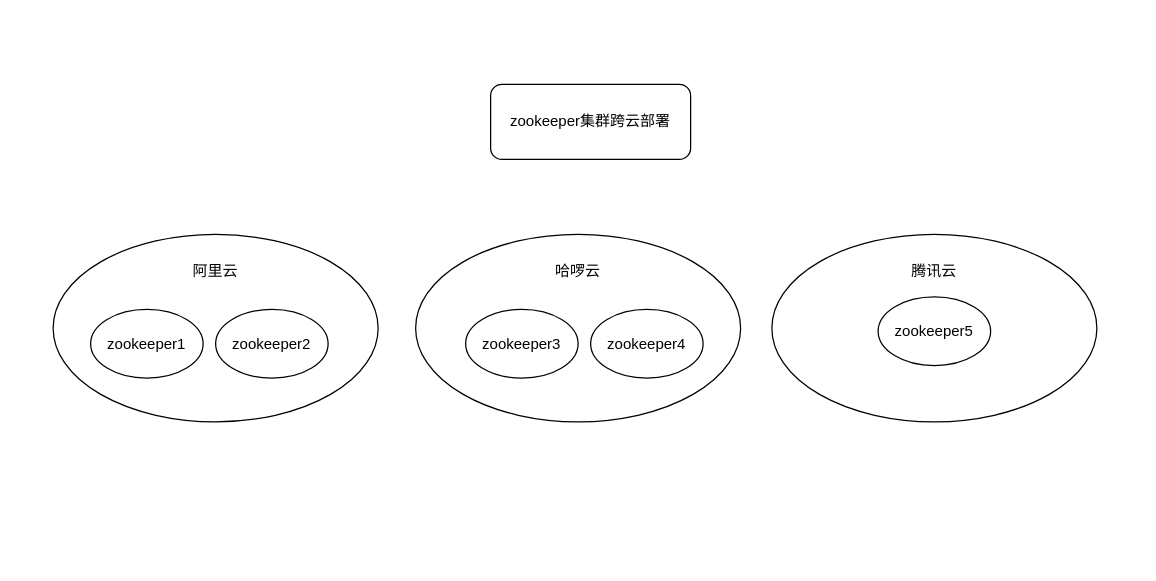
This is 单注册中心多活.drawio from yongliangcode/diagram, a draw.io file, before an edit. Source tidied: cells renumbered, new cells numbered last; positions are measured from the earlier drawing's top-left corner, leaving out a move shared by most shapes. Both pictures are drawn from the tidied source at 125%, with x=0, y=0 at pixel (52, 84).
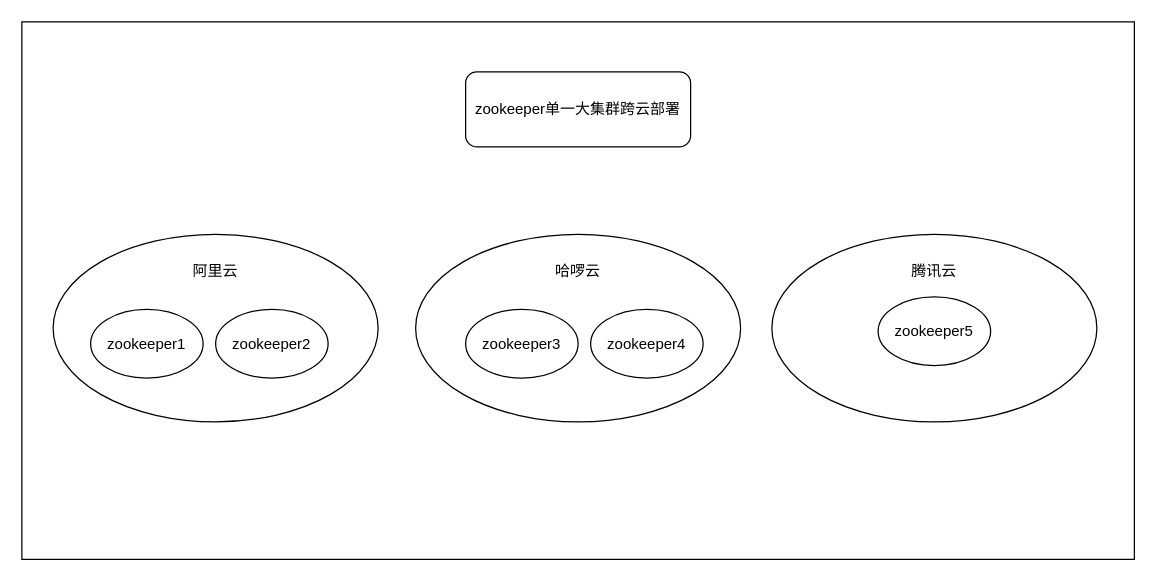
The same page after the edit.

Commit message:
Update 单注册中心多活.drawio

Diff of the diagram source:
```diff
@@
 <mxGraphModel>
   <root>
     <mxCell id="0" />
     <mxCell id="1" parent="0" />
+    <mxCell id="14" style="rounded=0;whiteSpace=wrap;html=1;" parent="1" vertex="1">
+      <mxGeometry x="-25" y="-50" width="890" height="430" as="geometry" />
+    </mxCell>
     <mxCell id="2" style="ellipse;whiteSpace=wrap;html=1;" parent="1" vertex="1">
       <mxGeometry y="120" width="260" height="150" as="geometry" />
     </mxCell>
     <mxCell id="3" value="zookeeper1" style="ellipse;whiteSpace=wrap;html=1;" parent="1" vertex="1">
       <mxGeometry x="30" y="180" width="90" height="55" as="geometry" />
     </mxCell>
     <mxCell id="4" value="zookeeper2" style="ellipse;whiteSpace=wrap;html=1;" parent="1" vertex="1">
       <mxGeometry x="130" y="180" width="90" height="55" as="geometry" />
     </mxCell>
     <mxCell id="5" value="阿里云" style="text;html=1;strokeColor=none;fillColor=none;align=center;verticalAlign=middle;whiteSpace=wrap;rounded=0;" parent="1" vertex="1">
       <mxGeometry x="110" y="140" width="40" height="20" as="geometry" />
     </mxCell>
     <mxCell id="6" style="ellipse;whiteSpace=wrap;html=1;" parent="1" vertex="1">
       <mxGeometry x="290" y="120" width="260" height="150" as="geometry" />
     </mxCell>
     <mxCell id="7" value="zookeeper3" style="ellipse;whiteSpace=wrap;html=1;" parent="1" vertex="1">
       <mxGeometry x="330" y="180" width="90" height="55" as="geometry" />
     </mxCell>
     <mxCell id="8" value="zookeeper4" style="ellipse;whiteSpace=wrap;html=1;" parent="1" vertex="1">
       <mxGeometry x="430" y="180" width="90" height="55" as="geometry" />
     </mxCell>
     <mxCell id="9" value="哈啰云" style="text;html=1;strokeColor=none;fillColor=none;align=center;verticalAlign=middle;whiteSpace=wrap;rounded=0;" parent="1" vertex="1">
       <mxGeometry x="400" y="140" width="40" height="20" as="geometry" />
     </mxCell>
     <mxCell id="10" style="ellipse;whiteSpace=wrap;html=1;" parent="1" vertex="1">
       <mxGeometry x="575" y="120" width="260" height="150" as="geometry" />
     </mxCell>
     <mxCell id="11" value="zookeeper5" style="ellipse;whiteSpace=wrap;html=1;" parent="1" vertex="1">
       <mxGeometry x="660" y="170" width="90" height="55" as="geometry" />
     </mxCell>
     <mxCell id="12" value="腾讯云" style="text;html=1;strokeColor=none;fillColor=none;align=center;verticalAlign=middle;whiteSpace=wrap;rounded=0;" parent="1" vertex="1">
       <mxGeometry x="685" y="140" width="40" height="20" as="geometry" />
     </mxCell>
-    <mxCell id="13" value="zookeeper集群跨云部署" style="rounded=1;whiteSpace=wrap;html=1;" parent="1" vertex="1">
-      <mxGeometry x="350" width="160" height="60" as="geometry" />
+    <mxCell id="13" value="zookeeper单一大集群跨云部署" style="rounded=1;whiteSpace=wrap;html=1;" parent="1" vertex="1">
+      <mxGeometry x="330" y="-10" width="180" height="60" as="geometry" />
     </mxCell>
   </root>
 </mxGraphModel>
```
